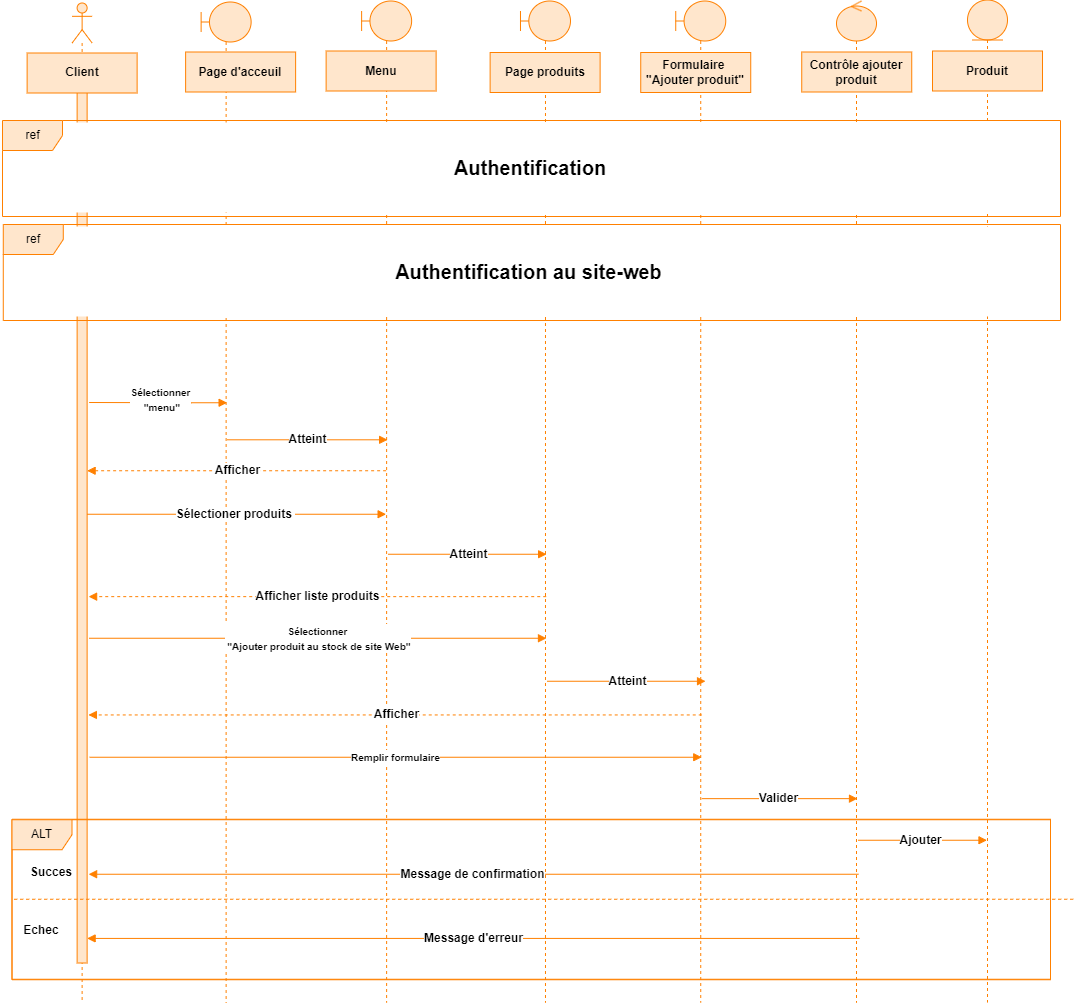
Above: images/Cas_ Ajouter un produit au stock de site Web.png in alizhassane/pfe (draw.io), before the change. Source tidied: cells renumbered, new cells last; positions are measured from the earlier drawing's top-left corner, leaving out a move shared by most shapes.
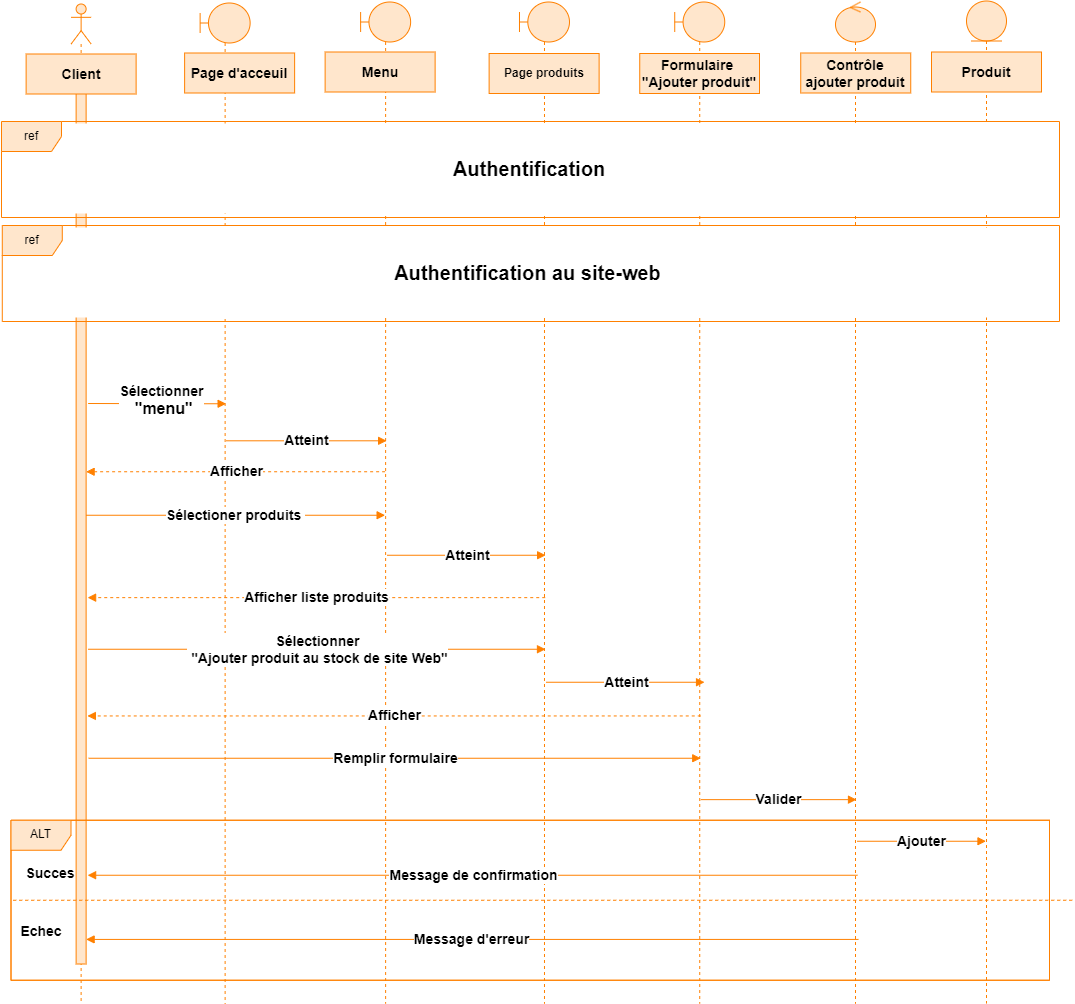
Above is the later version.

Diff of the diagram source:
```diff
@@ -17,7 +17,7 @@
     <mxCell id="6" style="html=1;points=[[0,0,0,0,5],[0,1,0,0,-5],[1,0,0,0,5],[1,1,0,0,-5]];perimeter=orthogonalPerimeter;outlineConnect=0;targetShapes=umlLifeline;portConstraint=eastwest;newEdgeStyle={&quot;curved&quot;:0,&quot;rounded&quot;:0};fillColor=#FFE6CC;strokeColor=#FF8000;align=center;verticalAlign=middle;fontFamily=Helvetica;fontSize=12;fontColor=default;fontStyle=1;" parent="5" vertex="1">
       <mxGeometry x="5" y="70" width="10" height="890" as="geometry" />
     </mxCell>
-    <mxCell id="7" value="Client" style="rounded=0;whiteSpace=wrap;html=1;fillColor=#FFE6CC;strokeColor=#FF8000;align=center;verticalAlign=middle;fontFamily=Helvetica;fontSize=12;fontColor=default;fontStyle=1;" parent="1" vertex="1">
+    <mxCell id="7" value="&lt;font style=&quot;font-size: 14px;&quot;&gt;Client&lt;/font&gt;" style="rounded=0;whiteSpace=wrap;html=1;fillColor=#FFE6CC;strokeColor=#FF8000;align=center;verticalAlign=middle;fontFamily=Helvetica;fontSize=12;fontColor=default;fontStyle=1;" parent="1" vertex="1">
       <mxGeometry x="26.6" y="52.5" width="110" height="40" as="geometry" />
     </mxCell>
     <mxCell id="8" style="shape=umlLifeline;perimeter=lifelinePerimeter;whiteSpace=wrap;html=1;newEdgeStyle={&quot;curved&quot;:0,&quot;rounded&quot;:0};participant=umlControl;strokeColor=#FF8000;align=center;verticalAlign=middle;fontFamily=Helvetica;fontSize=12;fontColor=default;fontStyle=1;fillColor=#FFE6CC;" parent="1" vertex="1">
@@ -41,16 +41,16 @@
     <mxCell id="14" value="Page produits" style="rounded=0;whiteSpace=wrap;html=1;fillColor=#FFE6CC;strokeColor=#FF8000;align=center;verticalAlign=middle;fontFamily=Helvetica;fontSize=12;fontColor=default;fontStyle=1;" parent="1" vertex="1">
       <mxGeometry x="489.6" y="52" width="110" height="40" as="geometry" />
     </mxCell>
-    <mxCell id="15" value="Contrôle ajouter produit" style="rounded=0;whiteSpace=wrap;html=1;fillColor=#FFE6CC;strokeColor=#FF8000;align=center;verticalAlign=middle;fontFamily=Helvetica;fontSize=12;fontColor=default;fontStyle=1;" parent="1" vertex="1">
+    <mxCell id="15" value="&lt;font style=&quot;font-size: 14px;&quot;&gt;Contrôle ajouter produit&lt;/font&gt;" style="rounded=0;whiteSpace=wrap;html=1;fillColor=#FFE6CC;strokeColor=#FF8000;align=center;verticalAlign=middle;fontFamily=Helvetica;fontSize=12;fontColor=default;fontStyle=1;" parent="1" vertex="1">
       <mxGeometry x="801.2" y="51.5" width="110" height="40" as="geometry" />
     </mxCell>
-    <mxCell id="16" value="Menu" style="rounded=0;whiteSpace=wrap;html=1;fillColor=#FFE6CC;strokeColor=#FF8000;align=center;verticalAlign=middle;fontFamily=Helvetica;fontSize=12;fontColor=default;fontStyle=1;" parent="1" vertex="1">
+    <mxCell id="16" value="&lt;font style=&quot;font-size: 14px;&quot;&gt;Menu&lt;/font&gt;" style="rounded=0;whiteSpace=wrap;html=1;fillColor=#FFE6CC;strokeColor=#FF8000;align=center;verticalAlign=middle;fontFamily=Helvetica;fontSize=12;fontColor=default;fontStyle=1;" parent="1" vertex="1">
       <mxGeometry x="325.6" y="50.5" width="110" height="40" as="geometry" />
     </mxCell>
-    <mxCell id="17" value="Page d'acceuil" style="rounded=0;whiteSpace=wrap;html=1;fillColor=#FFE6CC;strokeColor=#FF8000;align=center;verticalAlign=middle;fontFamily=Helvetica;fontSize=12;fontColor=default;fontStyle=1;" parent="1" vertex="1">
+    <mxCell id="17" value="&lt;font style=&quot;font-size: 14px;&quot;&gt;Page d'acceuil&lt;/font&gt;" style="rounded=0;whiteSpace=wrap;html=1;fillColor=#FFE6CC;strokeColor=#FF8000;align=center;verticalAlign=middle;fontFamily=Helvetica;fontSize=12;fontColor=default;fontStyle=1;" parent="1" vertex="1">
       <mxGeometry x="185.1" y="51.5" width="110" height="40" as="geometry" />
     </mxCell>
-    <mxCell id="18" value="&lt;span style=&quot;font-size: 10px;&quot;&gt;Sélectionner&lt;/span&gt;&lt;div&gt;&lt;span style=&quot;font-size: 10px;&quot;&gt;&amp;nbsp;&quot;menu&quot;&lt;/span&gt;&lt;/div&gt;" style="html=1;verticalAlign=middle;endArrow=block;curved=0;rounded=0;strokeColor=#FF8000;align=center;fontFamily=Helvetica;fontSize=12;fontColor=default;fontStyle=1;fillColor=#FFE6CC;" parent="1" edge="1">
+    <mxCell id="18" value="&lt;font style=&quot;font-size: 14px;&quot;&gt;Sélectionner&lt;/font&gt;&lt;div&gt;&lt;font size=&quot;3&quot;&gt;&amp;nbsp;&quot;menu&quot;&lt;/font&gt;&lt;/div&gt;" style="html=1;verticalAlign=middle;endArrow=block;curved=0;rounded=0;strokeColor=#FF8000;align=center;fontFamily=Helvetica;fontSize=12;fontColor=default;fontStyle=1;fillColor=#FFE6CC;" parent="1" edge="1">
       <mxGeometry x="0.05" y="3" relative="1" as="geometry">
         <mxPoint x="88.6" y="402" as="sourcePoint" />
         <mxPoint x="226.6" y="402.2" as="targetPoint" />
@@ -59,25 +59,25 @@
         </Array>
       </mxGeometry>
     </mxCell>
-    <mxCell id="19" value="Atteint" style="html=1;verticalAlign=middle;endArrow=block;curved=0;rounded=0;strokeColor=#FF8000;align=center;fontFamily=Helvetica;fontSize=12;fontColor=default;fontStyle=1;fillColor=#FFE6CC;" parent="1" edge="1">
+    <mxCell id="19" value="&lt;font style=&quot;font-size: 14px;&quot;&gt;Atteint&lt;/font&gt;" style="html=1;verticalAlign=middle;endArrow=block;curved=0;rounded=0;strokeColor=#FF8000;align=center;fontFamily=Helvetica;fontSize=12;fontColor=default;fontStyle=1;fillColor=#FFE6CC;" parent="1" edge="1">
       <mxGeometry relative="1" as="geometry">
         <mxPoint x="226.7" y="439.3" as="sourcePoint" />
         <mxPoint x="387.1" y="439.3" as="targetPoint" />
       </mxGeometry>
     </mxCell>
-    <mxCell id="20" value="Afficher" style="html=1;verticalAlign=middle;endArrow=block;curved=0;rounded=0;dashed=1;strokeColor=#FF8000;align=center;fontFamily=Helvetica;fontSize=12;fontColor=default;fontStyle=1;fillColor=#FFE6CC;" parent="1" edge="1">
+    <mxCell id="20" value="&lt;font style=&quot;font-size: 14px;&quot;&gt;Afficher&lt;/font&gt;" style="html=1;verticalAlign=middle;endArrow=block;curved=0;rounded=0;dashed=1;strokeColor=#FF8000;align=center;fontFamily=Helvetica;fontSize=12;fontColor=default;fontStyle=1;fillColor=#FFE6CC;" parent="1" edge="1">
       <mxGeometry relative="1" as="geometry">
         <mxPoint x="385.6" y="470.2" as="sourcePoint" />
         <mxPoint x="86.6" y="470.2" as="targetPoint" />
       </mxGeometry>
     </mxCell>
-    <mxCell id="21" value="Sélectioner produits&amp;nbsp;" style="html=1;verticalAlign=middle;endArrow=block;curved=0;rounded=0;strokeColor=#FF8000;align=center;fontFamily=Helvetica;fontSize=12;fontColor=default;fontStyle=1;fillColor=#FFE6CC;" parent="1" edge="1">
+    <mxCell id="21" value="&lt;font style=&quot;font-size: 14px;&quot;&gt;Sélectioner produits&amp;nbsp;&lt;/font&gt;" style="html=1;verticalAlign=middle;endArrow=block;curved=0;rounded=0;strokeColor=#FF8000;align=center;fontFamily=Helvetica;fontSize=12;fontColor=default;fontStyle=1;fillColor=#FFE6CC;" parent="1" edge="1">
       <mxGeometry relative="1" as="geometry">
         <mxPoint x="86.6" y="513.8" as="sourcePoint" />
         <mxPoint x="385.6" y="513.8" as="targetPoint" />
       </mxGeometry>
     </mxCell>
-    <mxCell id="22" value="Atteint" style="html=1;verticalAlign=middle;endArrow=block;curved=0;rounded=0;strokeColor=#FF8000;align=center;fontFamily=Helvetica;fontSize=12;fontColor=default;fontStyle=1;fillColor=#FFE6CC;" parent="1" edge="1">
+    <mxCell id="22" value="&lt;font style=&quot;font-size: 14px;&quot;&gt;Atteint&lt;/font&gt;" style="html=1;verticalAlign=middle;endArrow=block;curved=0;rounded=0;strokeColor=#FF8000;align=center;fontFamily=Helvetica;fontSize=12;fontColor=default;fontStyle=1;fillColor=#FFE6CC;" parent="1" edge="1">
       <mxGeometry relative="1" as="geometry">
         <mxPoint x="387.6" y="553.8" as="sourcePoint" />
         <mxPoint x="546.1" y="553.8" as="targetPoint" />
@@ -86,13 +86,13 @@
     <mxCell id="23" style="swimlane;startSize=0;fillColor=#FFE6CC;strokeColor=#FF8000;align=center;verticalAlign=middle;fontFamily=Helvetica;fontSize=12;fontColor=default;fontStyle=1;" parent="1" vertex="1">
       <mxGeometry x="11.5" y="818.8" width="1038.5" height="160" as="geometry" />
     </mxCell>
-    <mxCell id="24" value="&lt;b&gt;Succes&lt;/b&gt;" style="text;html=1;align=center;verticalAlign=middle;whiteSpace=wrap;rounded=0;fontFamily=Helvetica;fontSize=12;fontColor=default;fontStyle=1;" parent="23" vertex="1">
+    <mxCell id="24" value="&lt;b&gt;&lt;font style=&quot;font-size: 14px;&quot;&gt;Succes&lt;/font&gt;&lt;/b&gt;" style="text;html=1;align=center;verticalAlign=middle;whiteSpace=wrap;rounded=0;fontFamily=Helvetica;fontSize=12;fontColor=default;fontStyle=1;" parent="23" vertex="1">
       <mxGeometry x="9.2" y="38.5" width="60" height="30" as="geometry" />
     </mxCell>
-    <mxCell id="25" value="&lt;b&gt;Echec&lt;/b&gt;" style="text;html=1;align=center;verticalAlign=middle;whiteSpace=wrap;rounded=0;fontFamily=Helvetica;fontSize=12;fontColor=default;fontStyle=1;" parent="23" vertex="1">
+    <mxCell id="25" value="&lt;b&gt;&lt;font style=&quot;font-size: 14px;&quot;&gt;Echec&lt;/font&gt;&lt;/b&gt;" style="text;html=1;align=center;verticalAlign=middle;whiteSpace=wrap;rounded=0;fontFamily=Helvetica;fontSize=12;fontColor=default;fontStyle=1;" parent="23" vertex="1">
       <mxGeometry y="96" width="60" height="30" as="geometry" />
     </mxCell>
-    <mxCell id="26" value="Message d'erreur" style="html=1;verticalAlign=middle;endArrow=block;curved=0;rounded=0;strokeColor=#FF8000;align=center;fontFamily=Helvetica;fontSize=12;fontColor=default;fontStyle=1;fillColor=#FFE6CC;" parent="23" edge="1" target="6">
+    <mxCell id="26" value="&lt;font style=&quot;font-size: 14px;&quot;&gt;Message d'erreur&lt;/font&gt;" style="html=1;verticalAlign=middle;endArrow=block;curved=0;rounded=0;strokeColor=#FF8000;align=center;fontFamily=Helvetica;fontSize=12;fontColor=default;fontStyle=1;fillColor=#FFE6CC;" parent="23" edge="1" target="6">
       <mxGeometry relative="1" as="geometry">
         <mxPoint x="847.5" y="119.2" as="sourcePoint" />
       </mxGeometry>
@@ -103,57 +103,57 @@
         <mxPoint x="1" y="80" as="targetPoint" />
       </mxGeometry>
     </mxCell>
-    <mxCell id="28" value="Message de confirmation" style="html=1;verticalAlign=middle;endArrow=block;curved=0;rounded=0;strokeColor=#FF8000;align=center;fontFamily=Helvetica;fontSize=12;fontColor=default;fontStyle=1;fillColor=#FFE6CC;" parent="23" edge="1">
+    <mxCell id="28" value="&lt;font style=&quot;font-size: 14px;&quot;&gt;Message de confirmation&lt;/font&gt;" style="html=1;verticalAlign=middle;endArrow=block;curved=0;rounded=0;strokeColor=#FF8000;align=center;fontFamily=Helvetica;fontSize=12;fontColor=default;fontStyle=1;fillColor=#FFE6CC;" parent="23" edge="1">
       <mxGeometry relative="1" as="geometry">
         <mxPoint x="846.5" y="55" as="sourcePoint" />
         <mxPoint x="76.6" y="55" as="targetPoint" />
       </mxGeometry>
     </mxCell>
-    <mxCell id="29" value="Ajouter" style="html=1;verticalAlign=middle;endArrow=block;curved=0;rounded=0;strokeColor=#FF8000;align=center;fontFamily=Helvetica;fontSize=12;fontColor=default;fontStyle=1;fillColor=#FFE6CC;" parent="23" edge="1" target="2">
+    <mxCell id="29" value="&lt;font style=&quot;font-size: 14px;&quot;&gt;Ajouter&lt;/font&gt;" style="html=1;verticalAlign=middle;endArrow=block;curved=0;rounded=0;strokeColor=#FF8000;align=center;fontFamily=Helvetica;fontSize=12;fontColor=default;fontStyle=1;fillColor=#FFE6CC;" parent="23" edge="1" target="2">
       <mxGeometry x="-0.01" relative="1" as="geometry">
         <mxPoint x="846" y="21" as="sourcePoint" />
       </mxGeometry>
     </mxCell>
     <mxCell id="30" value="ALT" style="shape=umlFrame;whiteSpace=wrap;html=1;fillColor=#FFE6CC;strokeColor=#FF8000;align=center;verticalAlign=middle;fontFamily=Helvetica;fontSize=12;fontColor=default;" parent="23" vertex="1">
-      <mxGeometry y="0.5" width="1038.5" height="160" as="geometry" />
+      <mxGeometry width="1038.5" height="160" as="geometry" />
     </mxCell>
-    <mxCell id="31" value="Formulaire&amp;nbsp;&lt;div&gt;&lt;span style=&quot;background-color: initial;&quot;&gt;&quot;Ajouter produit&quot;&lt;/span&gt;&lt;/div&gt;" style="rounded=0;whiteSpace=wrap;html=1;fillColor=#FFE6CC;strokeColor=#FF8000;align=center;verticalAlign=middle;fontFamily=Helvetica;fontSize=12;fontColor=default;fontStyle=1;" parent="1" vertex="1">
-      <mxGeometry x="640.2" y="52" width="110" height="40" as="geometry" />
+    <mxCell id="31" value="&lt;font style=&quot;font-size: 14px;&quot;&gt;Formulaire&amp;nbsp;&lt;/font&gt;&lt;div&gt;&lt;span style=&quot;background-color: initial;&quot;&gt;&lt;font style=&quot;font-size: 14px;&quot;&gt;&quot;Ajouter produit&quot;&lt;/font&gt;&lt;/span&gt;&lt;/div&gt;" style="rounded=0;whiteSpace=wrap;html=1;fillColor=#FFE6CC;strokeColor=#FF8000;align=center;verticalAlign=middle;fontFamily=Helvetica;fontSize=12;fontColor=default;fontStyle=1;" parent="1" vertex="1">
+      <mxGeometry x="640.2" y="52" width="119.8" height="40" as="geometry" />
     </mxCell>
-    <mxCell id="32" value="Afficher liste produits" style="html=1;verticalAlign=middle;endArrow=block;curved=0;rounded=0;dashed=1;strokeColor=#FF8000;align=center;fontFamily=Helvetica;fontSize=12;fontColor=default;fontStyle=1;fillColor=#FFE6CC;" parent="1" edge="1">
+    <mxCell id="32" value="&lt;font style=&quot;font-size: 14px;&quot;&gt;Afficher liste produits&lt;/font&gt;" style="html=1;verticalAlign=middle;endArrow=block;curved=0;rounded=0;dashed=1;strokeColor=#FF8000;align=center;fontFamily=Helvetica;fontSize=12;fontColor=default;fontStyle=1;fillColor=#FFE6CC;" parent="1" edge="1">
       <mxGeometry relative="1" as="geometry">
         <mxPoint x="545.7" y="596.1" as="sourcePoint" />
         <mxPoint x="88.1" y="596.1" as="targetPoint" />
       </mxGeometry>
     </mxCell>
-    <mxCell id="33" value="&lt;span style=&quot;font-size: 10px; background-color: rgb(255, 255, 255);&quot;&gt;Sélectionner&lt;/span&gt;&lt;div&gt;&lt;span style=&quot;font-size: 10px; background-color: rgb(255, 255, 255);&quot;&gt;&amp;nbsp;&quot;Ajouter produit au stock de site Web&quot;&lt;/span&gt;&lt;/div&gt;" style="html=1;verticalAlign=middle;endArrow=block;curved=0;rounded=0;strokeColor=#FF8000;align=center;fontFamily=Helvetica;fontSize=12;fontColor=default;fontStyle=1;fillColor=#FFE6CC;" parent="1" edge="1">
+    <mxCell id="33" value="&lt;span style=&quot;background-color: rgb(255, 255, 255);&quot;&gt;&lt;font style=&quot;font-size: 14px;&quot;&gt;Sélectionner&lt;/font&gt;&lt;/span&gt;&lt;div&gt;&lt;span style=&quot;background-color: rgb(255, 255, 255);&quot;&gt;&lt;font style=&quot;font-size: 14px;&quot;&gt;&amp;nbsp;&quot;Ajouter produit au stock de site Web&quot;&lt;/font&gt;&lt;/span&gt;&lt;/div&gt;" style="html=1;verticalAlign=middle;endArrow=block;curved=0;rounded=0;strokeColor=#FF8000;align=center;fontFamily=Helvetica;fontSize=12;fontColor=default;fontStyle=1;fillColor=#FFE6CC;" parent="1" edge="1">
       <mxGeometry relative="1" as="geometry">
-        <mxPoint x="88.7" y="637.8" as="sourcePoint" />
-        <mxPoint x="546" y="637.8" as="targetPoint" />
+        <mxPoint x="88.7" y="647.8" as="sourcePoint" />
+        <mxPoint x="546" y="647.8" as="targetPoint" />
       </mxGeometry>
     </mxCell>
-    <mxCell id="34" value="Atteint" style="html=1;verticalAlign=middle;endArrow=block;curved=0;rounded=0;strokeColor=#FF8000;align=center;fontFamily=Helvetica;fontSize=12;fontColor=default;fontStyle=1;fillColor=#FFE6CC;" parent="1" edge="1">
+    <mxCell id="34" value="&lt;font style=&quot;font-size: 14px;&quot;&gt;Atteint&lt;/font&gt;" style="html=1;verticalAlign=middle;endArrow=block;curved=0;rounded=0;strokeColor=#FF8000;align=center;fontFamily=Helvetica;fontSize=12;fontColor=default;fontStyle=1;fillColor=#FFE6CC;" parent="1" edge="1">
       <mxGeometry relative="1" as="geometry">
         <mxPoint x="546.5" y="680.8" as="sourcePoint" />
         <mxPoint x="705" y="680.8" as="targetPoint" />
       </mxGeometry>
     </mxCell>
-    <mxCell id="35" value="Afficher" style="html=1;verticalAlign=middle;endArrow=block;curved=0;rounded=0;dashed=1;strokeColor=#FF8000;align=center;fontFamily=Helvetica;fontSize=12;fontColor=default;fontStyle=1;fillColor=#FFE6CC;entryX=0.977;entryY=0.52;entryDx=0;entryDy=0;entryPerimeter=0;" parent="1" edge="1">
+    <mxCell id="35" value="&lt;font style=&quot;font-size: 14px;&quot;&gt;Afficher&lt;/font&gt;" style="html=1;verticalAlign=middle;endArrow=block;curved=0;rounded=0;dashed=1;strokeColor=#FF8000;align=center;fontFamily=Helvetica;fontSize=12;fontColor=default;fontStyle=1;fillColor=#FFE6CC;entryX=0.977;entryY=0.52;entryDx=0;entryDy=0;entryPerimeter=0;" parent="1" edge="1">
       <mxGeometry relative="1" as="geometry">
         <mxPoint x="701.2" y="714.4" as="sourcePoint" />
         <mxPoint x="87.9" y="714.4" as="targetPoint" />
       </mxGeometry>
     </mxCell>
-    <mxCell id="36" value="&lt;span style=&quot;font-size: 10px;&quot;&gt;Remplir formulaire&lt;/span&gt;" style="html=1;verticalAlign=middle;endArrow=block;curved=0;rounded=0;strokeColor=#FF8000;align=center;fontFamily=Helvetica;fontSize=12;fontColor=default;fontStyle=1;fillColor=#FFE6CC;" parent="1" edge="1">
+    <mxCell id="36" value="&lt;font style=&quot;font-size: 14px;&quot;&gt;Remplir formulaire&lt;/font&gt;" style="html=1;verticalAlign=middle;endArrow=block;curved=0;rounded=0;strokeColor=#FF8000;align=center;fontFamily=Helvetica;fontSize=12;fontColor=default;fontStyle=1;fillColor=#FFE6CC;" parent="1" edge="1">
       <mxGeometry relative="1" as="geometry">
         <mxPoint x="89.1" y="756.8" as="sourcePoint" />
         <mxPoint x="701.2" y="756.8" as="targetPoint" />
       </mxGeometry>
     </mxCell>
-    <mxCell id="37" value="Produit" style="rounded=0;whiteSpace=wrap;html=1;fillColor=#FFE6CC;strokeColor=#FF8000;align=center;verticalAlign=middle;fontFamily=Helvetica;fontSize=12;fontColor=default;fontStyle=1;" parent="1" vertex="1">
+    <mxCell id="37" value="&lt;font style=&quot;font-size: 14px;&quot;&gt;Produit&lt;/font&gt;" style="rounded=0;whiteSpace=wrap;html=1;fillColor=#FFE6CC;strokeColor=#FF8000;align=center;verticalAlign=middle;fontFamily=Helvetica;fontSize=12;fontColor=default;fontStyle=1;" parent="1" vertex="1">
       <mxGeometry x="932" y="50.5" width="110" height="40" as="geometry" />
     </mxCell>
-    <mxCell id="38" value="Valider" style="html=1;verticalAlign=middle;endArrow=block;curved=0;rounded=0;strokeColor=#FF8000;align=center;fontFamily=Helvetica;fontSize=12;fontColor=default;fontStyle=1;fillColor=#FFE6CC;" parent="1" edge="1">
+    <mxCell id="38" value="&lt;font style=&quot;font-size: 14px;&quot;&gt;Valider&lt;/font&gt;" style="html=1;verticalAlign=middle;endArrow=block;curved=0;rounded=0;strokeColor=#FF8000;align=center;fontFamily=Helvetica;fontSize=12;fontColor=default;fontStyle=1;fillColor=#FFE6CC;" parent="1" edge="1">
       <mxGeometry relative="1" as="geometry">
         <mxPoint x="701.2" y="798.1" as="sourcePoint" />
         <mxPoint x="857" y="798.1" as="targetPoint" />
```
